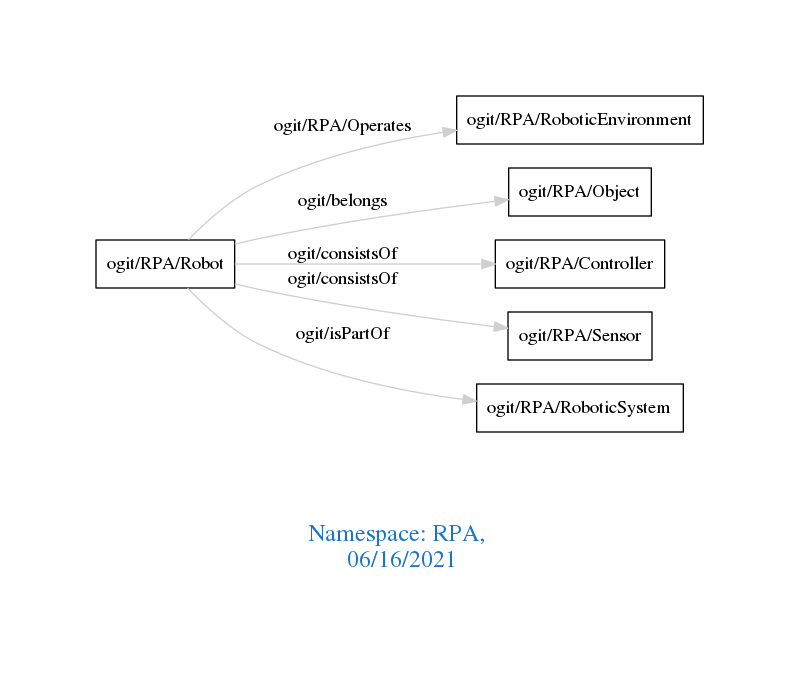
This is downloads/RPA.png from arago/OGIT, a Graphviz export, as it was before one commit. Its source is kept beside it as downloads/RPA.dot.
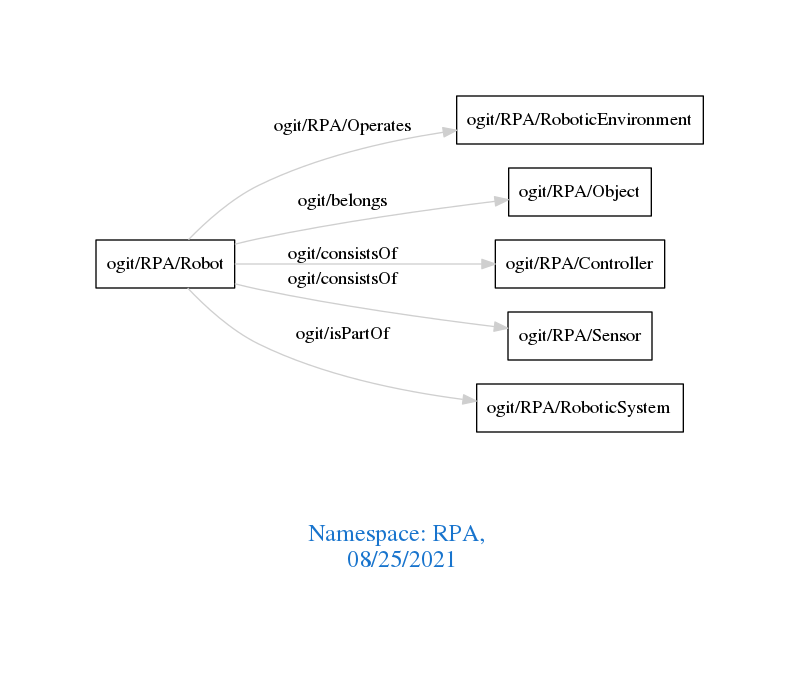
The same file after the commit.

Diff of the diagram source:
```diff
@@ -1,7 +1,7 @@
 digraph OGIT_ontology {
  graph [ rankdir= LR,pad=1
 fontsize = 18,
-fontcolor= dodgerblue3,label = "\n\n\nNamespace: RPA, \n 06/16/2021"];
+fontcolor= dodgerblue3,label = "\n\n\nNamespace: RPA, \n 08/25/2021"];
 node[shape=polygon];
 edge [  color="gray81"];
 
```
